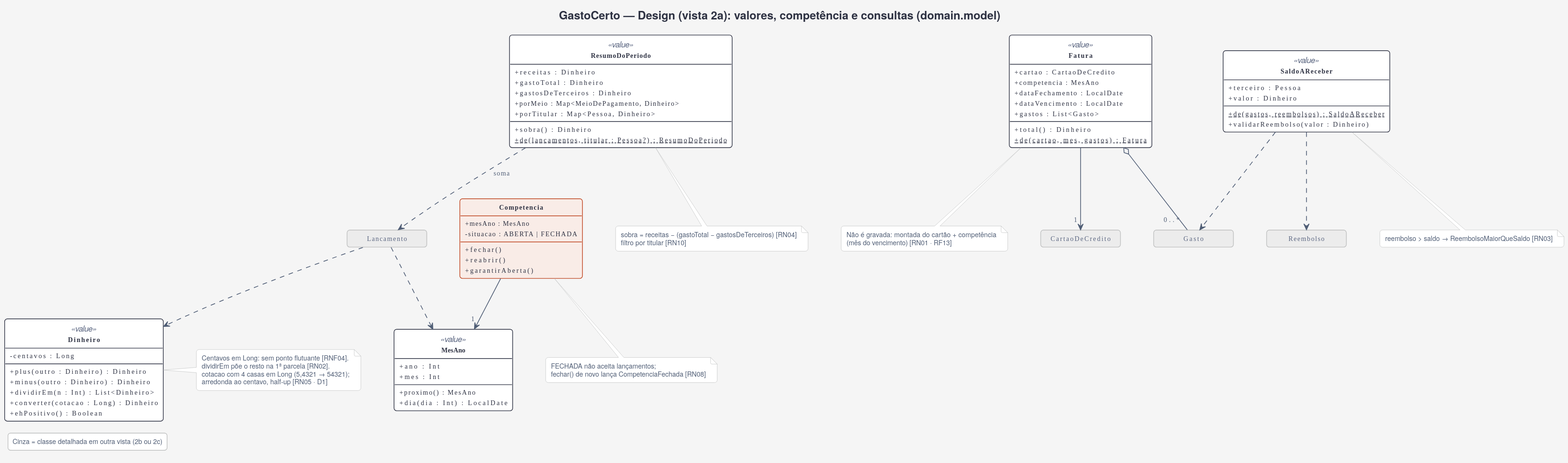
This is docs/uml/design-2a-dominio-valores.svg from gabrielfbarbosa/gasto-certo, a PlantUML export, as it was before one commit. Its diagram source:
```plantuml
@startuml
!include estilo.iuml
hide circle
hide empty members
hide <<ref>> members
hide <<ref>> stereotype
hide <<foco>> stereotype
title GastoCerto — Design (vista 2a): valores, competência e consultas (domain.model)

class Dinheiro <<value>> {
  - centavos : Long
  + plus(outro : Dinheiro) : Dinheiro
  + minus(outro : Dinheiro) : Dinheiro
  + dividirEm(n : Int) : List<Dinheiro>
  + converter(cotacao : Long) : Dinheiro
  + ehPositivo() : Boolean
}
class MesAno <<value>> {
  + ano : Int
  + mes : Int
  + proximo() : MesAno
  + dia(dia : Int) : LocalDate
}
class Competencia <<foco>> {
  + mesAno : MesAno
  - situacao : ABERTA | FECHADA
  + fechar()
  + reabrir()
  + garantirAberta()
}
class ResumoDoPeriodo <<value>> {
  + receitas : Dinheiro
  + gastoTotal : Dinheiro
  + gastosDeTerceiros : Dinheiro
  + porMeio : Map<MeioDePagamento, Dinheiro>
  + porTitular : Map<Pessoa, Dinheiro>
  + sobra() : Dinheiro
  + {static} de(lancamentos, titular : Pessoa?) : ResumoDoPeriodo
}
class SaldoAReceber <<value>> {
  + terceiro : Pessoa
  + valor : Dinheiro
  + {static} de(gastos, reembolsos) : SaldoAReceber
  + validarReembolso(valor : Dinheiro)
}
class Fatura <<value>> {
  + cartao : CartaoDeCredito
  + competencia : MesAno
  + dataFechamento : LocalDate
  + dataVencimento : LocalDate
  + gastos : List<Gasto>
  + total() : Dinheiro
  + {static} de(cartao, mes, gastos) : Fatura
}
class Lancamento <<ref>>
class Gasto <<ref>>
class Reembolso <<ref>>
class CartaoDeCredito <<ref>>

Competencia --> "1" MesAno
ResumoDoPeriodo ..> Lancamento : soma
SaldoAReceber ..> Gasto
SaldoAReceber ..> Reembolso
Fatura --> "1" CartaoDeCredito
Fatura o-- "0..*" Gasto
Lancamento ..> Dinheiro
Lancamento ..> MesAno

note right of Dinheiro
  Centavos em Long: sem ponto flutuante [RNF04].
  dividirEm põe o resto na 1ª parcela [RN02].
  cotacao com 4 casas em Long (5,4321 → 54321);
  arredonda ao centavo, half-up [RN05 · D1]
end note
note bottom of Competencia
  FECHADA não aceita lançamentos;
  fechar() de novo lança CompetenciaFechada [RN08]
end note
note bottom of ResumoDoPeriodo
  sobra = receitas − (gastoTotal − gastosDeTerceiros) [RN04]
  filtro por titular [RN10]
end note
note bottom of SaldoAReceber
  reembolso > saldo → ReembolsoMaiorQueSaldo [RN03]
end note
note bottom of Fatura
  Não é gravada: montada do cartão + competência
  (mês do vencimento) [RN01 · RF13]
end note
legend left
  Cinza = classe detalhada em outra vista (2b ou 2c)
endlegend
@enduml
```
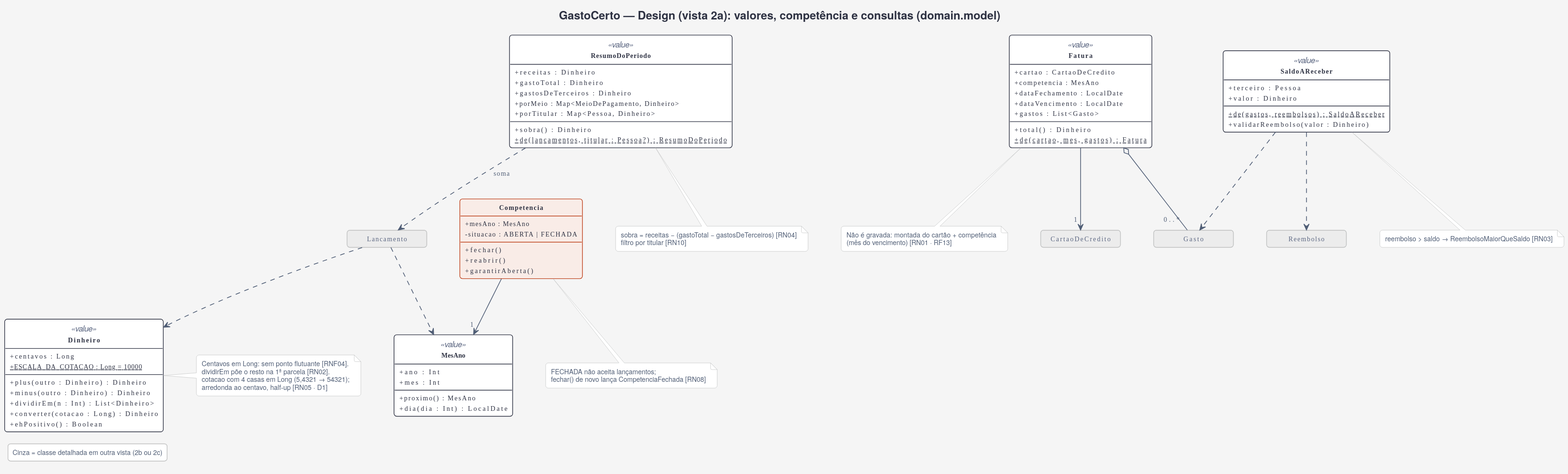
After the commit.

The edit, as a diff of the source:
```diff
@@ -8,7 +8,8 @@
 title GastoCerto — Design (vista 2a): valores, competência e consultas (domain.model)
 
 class Dinheiro <<value>> {
-  - centavos : Long
+  + centavos : Long
+  + {static} ESCALA_DA_COTACAO : Long = 10000
   + plus(outro : Dinheiro) : Dinheiro
   + minus(outro : Dinheiro) : Dinheiro
   + dividirEm(n : Int) : List<Dinheiro>
```
